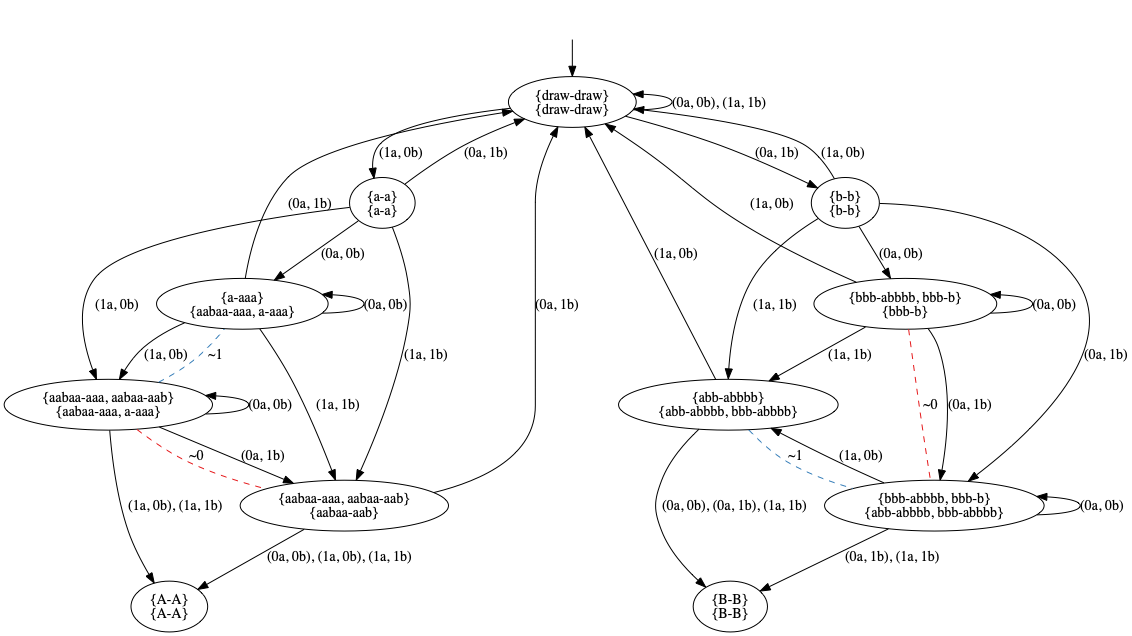
Earlier version of the Graphviz export pictures/GK2.png (olandr/mkbsc). Its source is kept beside it as pictures/GK2.dot.
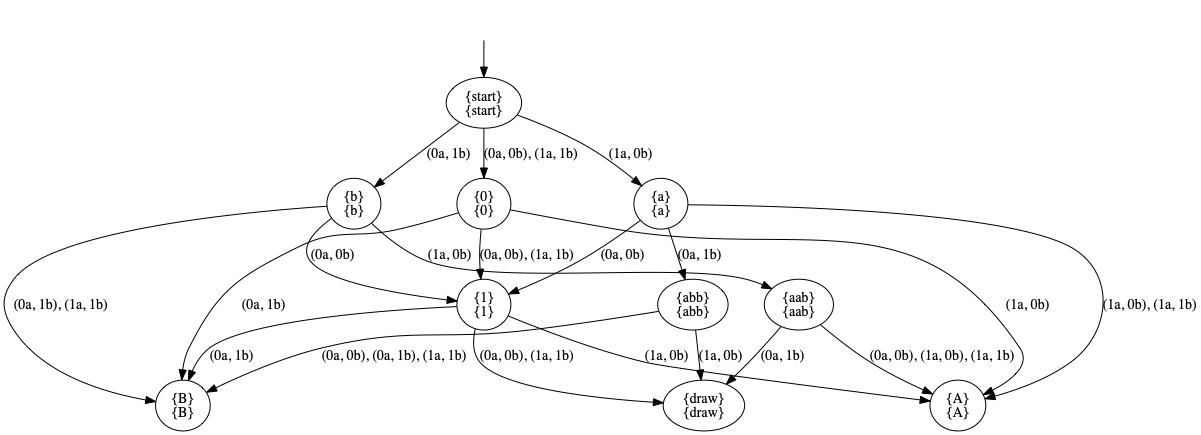
The same diagram one commit later.

Diff of the diagram source:
```diff
@@ -3,50 +3,35 @@
 nodesep=0.5;
 ranksep=0.5;
 splines=True;
-4690057872 [label="{draw-draw}\n{draw-draw}"];
-4690057424 [label="{a-a}\n{a-a}"];
-4690057368 [label="{b-b}\n{b-b}"];
-4690057816 [label="{a-aaa}\n{aabaa-aaa, a-aaa}"];
-4690058040 [label="{aabaa-aaa, aabaa-aab}\n{aabaa-aaa, a-aaa}"];
-4690058432 [label="{aabaa-aaa, aabaa-aab}\n{aabaa-aab}"];
-4690058824 [label="{bbb-abbbb, bbb-b}\n{bbb-b}"];
-4690059216 [label="{bbb-abbbb, bbb-b}\n{abb-abbbb, bbb-abbbb}"];
-4689963944 [label="{abb-abbbb}\n{abb-abbbb, bbb-abbbb}"];
-4689963664 [label="{A-A}\n{A-A}"];
-4690125432 [label="{B-B}\n{B-B}"];
+4707407184 [label="{start}\n{start}"];
+4707051056 [label="{0}\n{0}"];
+4707437480 [label="{a}\n{a}"];
+4707043760 [label="{b}\n{b}"];
+4707445056 [label="{1}\n{1}"];
+4707445224 [label="{A}\n{A}"];
+4707445336 [label="{B}\n{B}"];
+4707445560 [label="{abb}\n{abb}"];
+4707445728 [label="{aab}\n{aab}"];
+4707445952 [label="{draw}\n{draw}"];
 hidden [label="", shape=none];
-4690057872 -> 4690057424  [action="('1a', '0b')", key="('1a', '0b')", label="(1a, 0b)"];
-4690057872 -> 4690057368  [action="('0a', '1b')", key="('0a', '1b')", label="(0a, 1b)"];
-4690057872 -> 4690057872  [action="(('0a', '0b'), ('1a', '1b'))", dir=back, key="(('0a', '0b'), ('1a', '1b'))", label="(0a, 0b), (1a, 1b)"];
-4690057424 -> 4690057816  [action="('0a', '0b')", key="('0a', '0b')", label="(0a, 0b)"];
-4690057424 -> 4690058040  [action="('1a', '0b')", key="('1a', '0b')", label="(1a, 0b)"];
-4690057424 -> 4690057872  [action="('0a', '1b')", key="('0a', '1b')", label="(0a, 1b)"];
-4690057424 -> 4690058432  [action="('1a', '1b')", key="('1a', '1b')", label="(1a, 1b)"];
-4690057368 -> 4690058824  [action="('0a', '0b')", key="('0a', '0b')", label="(0a, 0b)"];
-4690057368 -> 4690057872  [action="('1a', '0b')", key="('1a', '0b')", label="(1a, 0b)"];
-4690057368 -> 4690059216  [action="('0a', '1b')", key="('0a', '1b')", label="(0a, 1b)"];
-4690057368 -> 4689963944  [action="('1a', '1b')", key="('1a', '1b')", label="(1a, 1b)"];
-4690057816 -> 4690057816  [action="('0a', '0b')", dir=back, key="('0a', '0b')", label="(0a, 0b)"];
-4690057816 -> 4690058040  [action="('1a', '0b')", key="('1a', '0b')", label="(1a, 0b)"];
-4690057816 -> 4690057872  [action="('0a', '1b')", key="('0a', '1b')", label="(0a, 1b)"];
-4690057816 -> 4690058432  [action="('1a', '1b')", key="('1a', '1b')", label="(1a, 1b)"];
-4690058040 -> 4690058040  [action="('0a', '0b')", dir=back, key="('0a', '0b')", label="(0a, 0b)"];
-4690058040 -> 4690058432  [action="('0a', '1b')", key="('0a', '1b')", label="(0a, 1b)"];
-4690058040 -> 4690058432  [arrowhead=none, color=1, colorscheme=set19, constraint=True, key=1, label="~0", style=dashed];
-4690058040 -> 4689963664  [action="(('1a', '0b'), ('1a', '1b'))", key="(('1a', '0b'), ('1a', '1b'))", label="(1a, 0b), (1a, 1b)"];
-4690058040 -> 4690057816  [arrowhead=none, color=2, colorscheme=set19, constraint=True, key=0, label="~1", style=dashed];
-4690058432 -> 4690057872  [action="('0a', '1b')", key="('0a', '1b')", label="(0a, 1b)"];
-4690058432 -> 4689963664  [action="(('0a', '0b'), ('1a', '0b'), ('1a', '1b'))", key="(('0a', '0b'), ('1a', '0b'), ('1a', '1b'))", label="(0a, 0b), (1a, 0b), (1a, 1b)"];
-4690058824 -> 4690058824  [action="('0a', '0b')", dir=back, key="('0a', '0b')", label="(0a, 0b)"];
-4690058824 -> 4690057872  [action="('1a', '0b')", key="('1a', '0b')", label="(1a, 0b)"];
-4690058824 -> 4690059216  [action="('0a', '1b')", key="('0a', '1b')", label="(0a, 1b)"];
-4690058824 -> 4690059216  [arrowhead=none, color=1, colorscheme=set19, constraint=True, key=1, label="~0", style=dashed];
-4690058824 -> 4689963944  [action="('1a', '1b')", key="('1a', '1b')", label="(1a, 1b)"];
-4690059216 -> 4690059216  [action="('0a', '0b')", dir=back, key="('0a', '0b')", label="(0a, 0b)"];
-4690059216 -> 4689963944  [action="('1a', '0b')", key="('1a', '0b')", label="(1a, 0b)"];
-4690059216 -> 4690125432  [action="(('0a', '1b'), ('1a', '1b'))", key="(('0a', '1b'), ('1a', '1b'))", label="(0a, 1b), (1a, 1b)"];
-4689963944 -> 4690057872  [action="('1a', '0b')", key="('1a', '0b')", label="(1a, 0b)"];
-4689963944 -> 4690125432  [action="(('0a', '0b'), ('0a', '1b'), ('1a', '1b'))", key="(('0a', '0b'), ('0a', '1b'), ('1a', '1b'))", label="(0a, 0b), (0a, 1b), (1a, 1b)"];
-4689963944 -> 4690059216  [arrowhead=none, color=2, colorscheme=set19, constraint=True, key=0, label="~1", style=dashed];
-hidden -> 4690057872  [key=0];
+4707407184 -> 4707437480  [action="('1a', '0b')", key="('1a', '0b')", label="(1a, 0b)"];
+4707407184 -> 4707043760  [action="('0a', '1b')", key="('0a', '1b')", label="(0a, 1b)"];
+4707407184 -> 4707051056  [action="(('0a', '0b'), ('1a', '1b'))", key="(('0a', '0b'), ('1a', '1b'))", label="(0a, 0b), (1a, 1b)"];
+4707051056 -> 4707445224  [action="('1a', '0b')", key="('1a', '0b')", label="(1a, 0b)"];
+4707051056 -> 4707445336  [action="('0a', '1b')", key="('0a', '1b')", label="(0a, 1b)"];
+4707051056 -> 4707445056  [action="(('0a', '0b'), ('1a', '1b'))", key="(('0a', '0b'), ('1a', '1b'))", label="(0a, 0b), (1a, 1b)"];
+4707437480 -> 4707445056  [action="('0a', '0b')", key="('0a', '0b')", label="(0a, 0b)"];
+4707437480 -> 4707445560  [action="('0a', '1b')", key="('0a', '1b')", label="(0a, 1b)"];
+4707437480 -> 4707445224  [action="(('1a', '0b'), ('1a', '1b'))", key="(('1a', '0b'), ('1a', '1b'))", label="(1a, 0b), (1a, 1b)"];
+4707043760 -> 4707445056  [action="('0a', '0b')", key="('0a', '0b')", label="(0a, 0b)"];
+4707043760 -> 4707445728  [action="('1a', '0b')", key="('1a', '0b')", label="(1a, 0b)"];
+4707043760 -> 4707445336  [action="(('0a', '1b'), ('1a', '1b'))", key="(('0a', '1b'), ('1a', '1b'))", label="(0a, 1b), (1a, 1b)"];
+4707445056 -> 4707445224  [action="('1a', '0b')", key="('1a', '0b')", label="(1a, 0b)"];
+4707445056 -> 4707445336  [action="('0a', '1b')", key="('0a', '1b')", label="(0a, 1b)"];
+4707445056 -> 4707445952  [action="(('0a', '0b'), ('1a', '1b'))", key="(('0a', '0b'), ('1a', '1b'))", label="(0a, 0b), (1a, 1b)"];
+4707445560 -> 4707445952  [action="('1a', '0b')", key="('1a', '0b')", label="(1a, 0b)"];
+4707445560 -> 4707445336  [action="(('0a', '0b'), ('0a', '1b'), ('1a', '1b'))", key="(('0a', '0b'), ('0a', '1b'), ('1a', '1b'))", label="(0a, 0b), (0a, 1b), (1a, 1b)"];
+4707445728 -> 4707445952  [action="('0a', '1b')", key="('0a', '1b')", label="(0a, 1b)"];
+4707445728 -> 4707445224  [action="(('0a', '0b'), ('1a', '0b'), ('1a', '1b'))", key="(('0a', '0b'), ('1a', '0b'), ('1a', '1b'))", label="(0a, 0b), (1a, 0b), (1a, 1b)"];
+hidden -> 4707407184  [key=0];
 }
```
